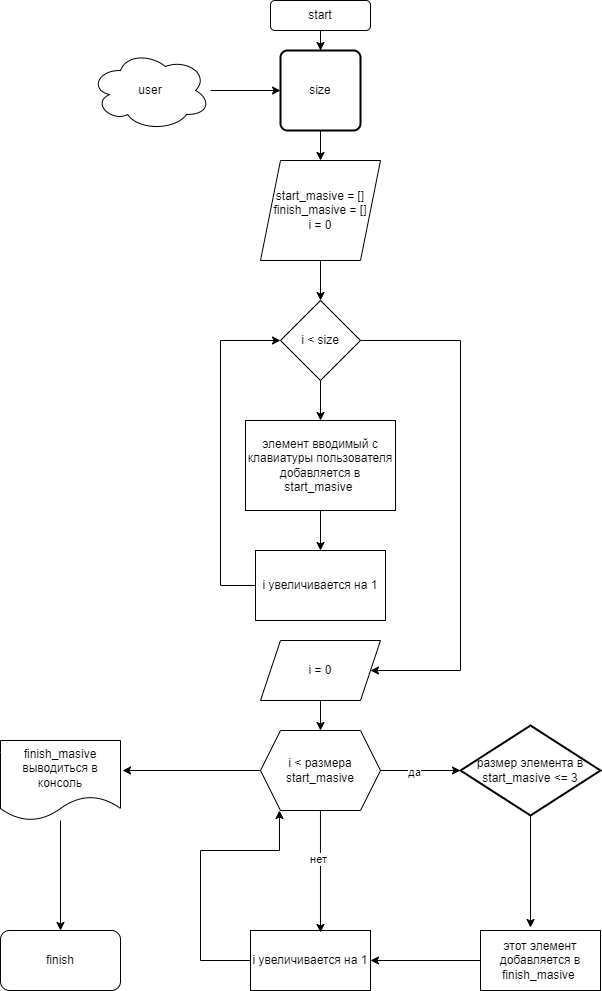
This is блок-схема.png from usermld/Certification, a draw.io export, as it was before one commit. Source tidied: cells renumbered, new cells last; positions are measured from the earlier drawing's top-left corner, leaving out a move shared by most shapes.
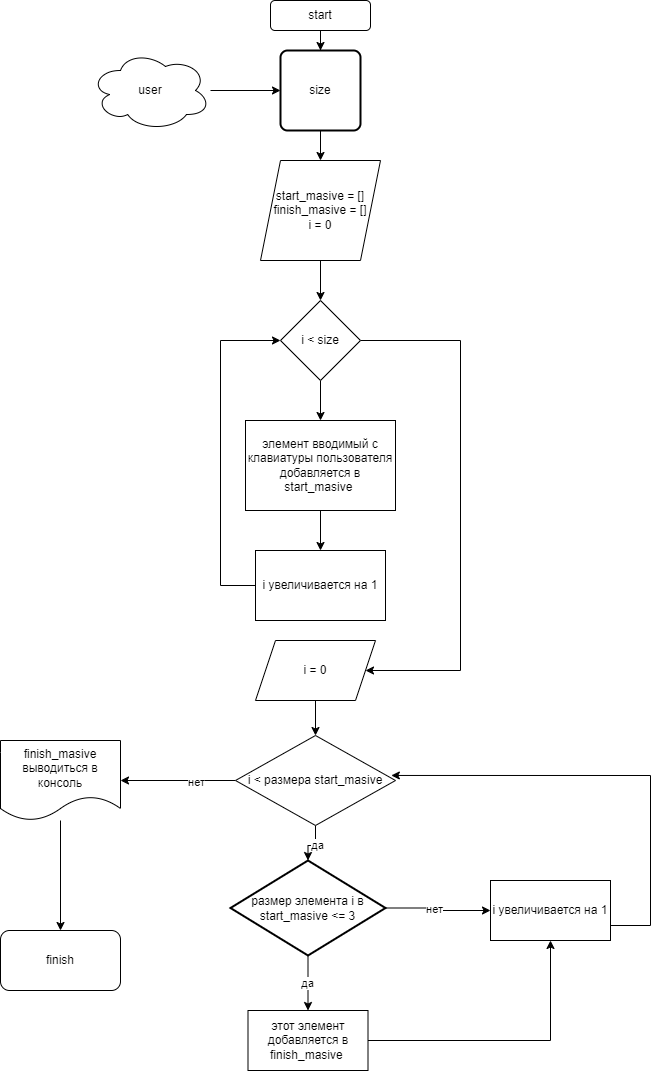
After the change.

Commit message:
удалил gitignore и изменил блок-схему

Change to the diagram source:
```diff
@@ -57,51 +57,36 @@
     <mxCell id="16" value="i увеличивается на 1" style="rounded=0;whiteSpace=wrap;html=1;" parent="1" vertex="1">
       <mxGeometry x="255" y="550" width="130" height="70" as="geometry" />
     </mxCell>
-    <mxCell id="17" style="edgeStyle=orthogonalEdgeStyle;rounded=0;jettySize=auto;html=1;entryX=0.5;entryY=0;entryDx=0;entryDy=0;" parent="1" edge="1" source="18" target="24">
+    <mxCell id="17" style="edgeStyle=orthogonalEdgeStyle;rounded=0;jettySize=auto;html=1;" parent="1" edge="1" source="18" target="24">
       <mxGeometry relative="1" as="geometry" />
     </mxCell>
     <mxCell id="18" value="i = 0" style="shape=parallelogram;perimeter=parallelogramPerimeter;whiteSpace=wrap;html=1;fixedSize=1;" parent="1" vertex="1">
-      <mxGeometry x="260" y="640" width="120" height="60" as="geometry" />
+      <mxGeometry x="255" y="640" width="120" height="60" as="geometry" />
     </mxCell>
+    <mxCell id="23" style="edgeStyle=orthogonalEdgeStyle;rounded=0;jettySize=auto;html=1;" parent="1" edge="1" source="19" target="21">
+      <mxGeometry relative="1" as="geometry" />
+    </mxCell>
+    <mxCell id="34" value="да" style="edgeLabel;html=1;align=center;verticalAlign=middle;" parent="23" vertex="1">
+      <mxGeometry x="-0.03" y="-1" relative="1" as="geometry" />
+    </mxCell>
+    <mxCell id="35" style="edgeStyle=orthogonalEdgeStyle;rounded=0;jettySize=auto;html=1;entryX=0;entryY=0.5;entryDx=0;entryDy=0;" parent="1" edge="1" source="19" target="22">
+      <mxGeometry relative="1" as="geometry" />
+    </mxCell>
+    <mxCell id="36" value="нет" style="edgeLabel;html=1;align=center;verticalAlign=middle;" parent="35" vertex="1">
+      <mxGeometry x="-0.11" y="-1" relative="1" as="geometry" />
+    </mxCell>
-    <mxCell id="19" value="размер элемента в start_masive &amp;lt;= 3" style="strokeWidth=2;html=1;shape=mxgraph.flowchart.decision;whiteSpace=wrap;" parent="1" vertex="1">
-      <mxGeometry x="460" y="725" width="140" height="90" as="geometry" />
+    <mxCell id="19" value="размер элемента i в start_masive &amp;lt;= 3" style="strokeWidth=2;html=1;shape=mxgraph.flowchart.decision;whiteSpace=wrap;" parent="1" vertex="1">
+      <mxGeometry x="230" y="860" width="155" height="95" as="geometry" />
     </mxCell>
-    <mxCell id="20" style="edgeStyle=orthogonalEdgeStyle;rounded=0;jettySize=auto;html=1;entryX=1;entryY=0.5;entryDx=0;entryDy=0;" parent="1" edge="1" source="21" target="22">
+    <mxCell id="20" style="edgeStyle=orthogonalEdgeStyle;rounded=0;jettySize=auto;html=1;entryX=0.5;entryY=1;entryDx=0;entryDy=0;" parent="1" edge="1" source="21" target="22">
       <mxGeometry relative="1" as="geometry" />
     </mxCell>
     <mxCell id="21" value="этот элемент добавляется в finish_masive&amp;nbsp;" style="rounded=0;whiteSpace=wrap;html=1;" parent="1" vertex="1">
-      <mxGeometry x="480" y="930" width="120" height="60" as="geometry" />
+      <mxGeometry x="247.5" y="1010" width="120" height="60" as="geometry" />
     </mxCell>
     <mxCell id="22" value="i увеличивается на 1" style="rounded=0;whiteSpace=wrap;html=1;" parent="1" vertex="1">
-      <mxGeometry x="250" y="930" width="120" height="60" as="geometry" />
+      <mxGeometry x="490" y="880" width="120" height="60" as="geometry" />
     </mxCell>
-    <mxCell id="23" style="edgeStyle=orthogonalEdgeStyle;rounded=0;jettySize=auto;html=1;entryX=0.417;entryY=-0.05;entryDx=0;entryDy=0;entryPerimeter=0;" parent="1" edge="1" source="19" target="21">
-      <mxGeometry relative="1" as="geometry" />
-    </mxCell>
-    <mxCell id="24" value="i &amp;lt; размера start_masive" style="shape=hexagon;perimeter=hexagonPerimeter2;whiteSpace=wrap;html=1;fixedSize=1;" parent="1" vertex="1">
-      <mxGeometry x="260" y="730" width="120" height="80" as="geometry" />
-    </mxCell>
-    <mxCell id="25" style="edgeStyle=orthogonalEdgeStyle;rounded=0;jettySize=auto;html=1;entryX=0;entryY=0.5;entryDx=0;entryDy=0;entryPerimeter=0;" parent="1" edge="1" source="24" target="19">
-      <mxGeometry relative="1" as="geometry" />
-    </mxCell>
-    <mxCell id="26" value="да" style="edgeLabel;html=1;align=center;verticalAlign=middle;" parent="25" vertex="1">
-      <mxGeometry x="-0.17" y="-1" relative="1" as="geometry" />
-    </mxCell>
-    <mxCell id="27" style="edgeStyle=orthogonalEdgeStyle;rounded=0;jettySize=auto;html=1;entryX=0.158;entryY=1;entryDx=0;entryDy=0;entryPerimeter=0;" parent="1" edge="1" source="22" target="24">
-      <mxGeometry relative="1" as="geometry">
-        <Array as="points">
-          <mxPoint x="200" y="960" />
-          <mxPoint x="200" y="850" />
-          <mxPoint x="279" y="850" />
-        </Array>
-      </mxGeometry>
-    </mxCell>
-    <mxCell id="28" style="edgeStyle=orthogonalEdgeStyle;rounded=0;jettySize=auto;html=1;entryX=0.583;entryY=0.033;entryDx=0;entryDy=0;entryPerimeter=0;" parent="1" edge="1" source="24" target="22">
-      <mxGeometry relative="1" as="geometry" />
-    </mxCell>
-    <mxCell id="29" value="нет" style="edgeLabel;html=1;align=center;verticalAlign=middle;" parent="28" vertex="1">
-      <mxGeometry x="-0.21" y="-2" relative="1" as="geometry" />
-    </mxCell>
     <mxCell id="30" style="edgeStyle=orthogonalEdgeStyle;rounded=0;jettySize=auto;html=1;entryX=0.5;entryY=0;entryDx=0;entryDy=0;" parent="1" edge="1" source="31" target="32">
       <mxGeometry relative="1" as="geometry" />
     </mxCell>
@@ -111,8 +96,28 @@
     <mxCell id="32" value="finish" style="rounded=1;whiteSpace=wrap;html=1;" parent="1" vertex="1">
       <mxGeometry y="930" width="120" height="60" as="geometry" />
     </mxCell>
+    <mxCell id="25" style="edgeStyle=orthogonalEdgeStyle;rounded=0;jettySize=auto;html=1;" parent="1" edge="1" source="24" target="19">
+      <mxGeometry relative="1" as="geometry" />
+    </mxCell>
+    <mxCell id="37" value="да" style="edgeLabel;html=1;align=center;verticalAlign=middle;" parent="25" vertex="1">
+      <mxGeometry x="-0.08" y="1" relative="1" as="geometry" />
+    </mxCell>
-    <mxCell id="33" style="edgeStyle=orthogonalEdgeStyle;rounded=0;jettySize=auto;html=1;entryX=1.017;entryY=0.375;entryDx=0;entryDy=0;entryPerimeter=0;" parent="1" edge="1" source="24" target="31">
+    <mxCell id="33" style="edgeStyle=orthogonalEdgeStyle;rounded=0;jettySize=auto;html=1;entryX=1;entryY=0.5;entryDx=0;entryDy=0;" parent="1" edge="1" source="24" target="31">
       <mxGeometry relative="1" as="geometry" />
     </mxCell>
+    <mxCell id="38" value="нет" style="edgeLabel;html=1;align=center;verticalAlign=middle;" parent="33" vertex="1">
+      <mxGeometry x="-0.3" y="1" relative="1" as="geometry" />
+    </mxCell>
+    <mxCell id="24" value="i &amp;lt; размера start_masive" style="rhombus;whiteSpace=wrap;html=1;" parent="1" vertex="1">
+      <mxGeometry x="235" y="735" width="160" height="90" as="geometry" />
+    </mxCell>
+    <mxCell id="27" style="edgeStyle=orthogonalEdgeStyle;rounded=0;jettySize=auto;html=1;entryX=0.974;entryY=0.444;entryDx=0;entryDy=0;entryPerimeter=0;" parent="1" edge="1" source="22" target="24">
+      <mxGeometry relative="1" as="geometry">
+        <Array as="points">
+          <mxPoint x="650" y="925" />
+          <mxPoint x="650" y="775" />
+        </Array>
+      </mxGeometry>
+    </mxCell>
   </root>
 </mxGraphModel>
```
